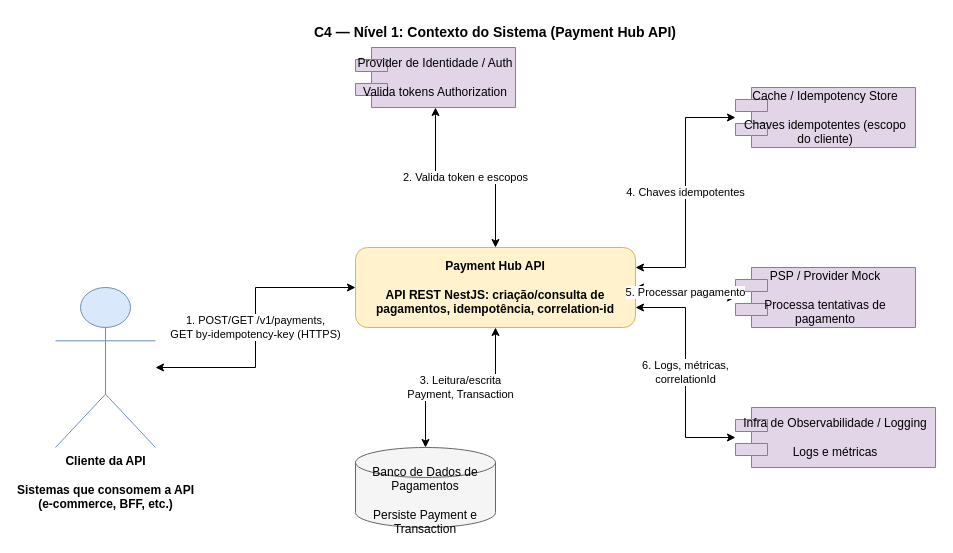
This is docs/c4/diagrams/context.drawio from rianmachado/payment-hub-api, a draw.io file, before an edit. Source tidied: cells renumbered, new cells numbered last; positions are measured from the earlier drawing's top-left corner, leaving out a move shared by most shapes. Both pictures are drawn from the tidied source at 100%, with x=0, y=0 at pixel (55, 17).
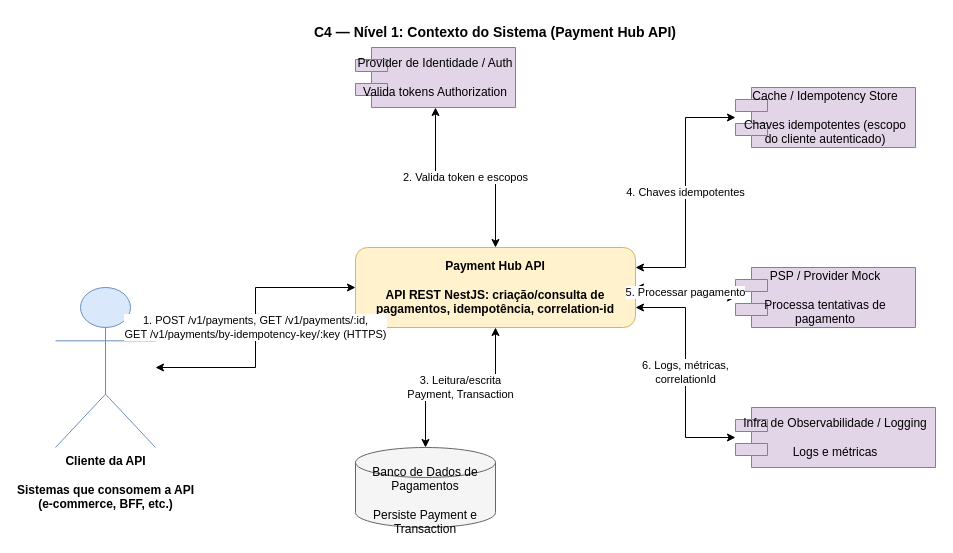
The same page after the edit.

What changed in the source:
```diff
@@
 <mxGraphModel>
   <root>
     <mxCell id="0" />
     <mxCell id="1" parent="0" />
     <mxCell id="2" value="Cliente da API&#10;&#10;Sistemas que consomem a API&#10;(e-commerce, BFF, etc.)" style="shape=umlActor;verticalLabelPosition=bottom;verticalAlign=top;html=1;outlineConnect=0;fillColor=#dae8fc;strokeColor=#6c8ebf;fontStyle=1;" parent="1" vertex="1">
       <mxGeometry y="270" width="100" height="160" as="geometry" />
     </mxCell>
     <mxCell id="3" value="Payment Hub API&#10;&#10;API REST NestJS: criação/consulta de&#10;pagamentos, idempotência, correlation-id" style="rounded=1;whiteSpace=wrap;html=1;fillColor=#fff2cc;strokeColor=#d6b656;fontStyle=1;" parent="1" vertex="1">
       <mxGeometry x="300" y="230" width="280" height="80" as="geometry" />
     </mxCell>
     <mxCell id="4" value="Provider de Identidade / Auth&#10;&#10;Valida tokens Authorization" style="shape=component;whiteSpace=wrap;html=1;fillColor=#e1d5e7;strokeColor=#9673a6;" parent="1" vertex="1">
       <mxGeometry x="300" y="30" width="160" height="60" as="geometry" />
     </mxCell>
     <mxCell id="5" value="Banco de Dados de Pagamentos&#10;&#10;Persiste Payment e Transaction" style="shape=cylinder3;whiteSpace=wrap;html=1;boundedLbl=1;backgroundOutline=1;size=15;fillColor=#f5f5f5;strokeColor=#666666;" parent="1" vertex="1">
       <mxGeometry x="300" y="430" width="140" height="80" as="geometry" />
     </mxCell>
-    <mxCell id="6" value="Cache / Idempotency Store&#10;&#10;Chaves idempotentes (escopo do cliente)" style="shape=component;whiteSpace=wrap;html=1;fillColor=#e1d5e7;strokeColor=#9673a6;" parent="1" vertex="1">
+    <mxCell id="6" value="Cache / Idempotency Store&#10;&#10;Chaves idempotentes (escopo do cliente autenticado)" style="shape=component;whiteSpace=wrap;html=1;fillColor=#e1d5e7;strokeColor=#9673a6;" parent="1" vertex="1">
       <mxGeometry x="680" y="70" width="180" height="60" as="geometry" />
     </mxCell>
     <mxCell id="7" value="PSP / Provider Mock&#10;&#10;Processa tentativas de pagamento" style="shape=component;whiteSpace=wrap;html=1;fillColor=#e1d5e7;strokeColor=#9673a6;" parent="1" vertex="1">
       <mxGeometry x="680" y="250" width="180" height="60" as="geometry" />
     </mxCell>
     <mxCell id="8" value="Infra de Observabilidade / Logging&#10;&#10;Logs e métricas" style="shape=component;whiteSpace=wrap;html=1;fillColor=#e1d5e7;strokeColor=#9673a6;" parent="1" vertex="1">
       <mxGeometry x="680" y="390" width="200" height="60" as="geometry" />
     </mxCell>
-    <mxCell id="9" value="1. POST/GET /v1/payments,&#10;GET by-idempotency-key (HTTPS)" style="edgeStyle=orthogonalEdgeStyle;html=1;rounded=0;exitX=1;exitY=0.5;exitDx=0;exitDy=0;entryX=0;entryY=0.5;entryDx=0;entryDy=0;endArrow=classic;startArrow=classic;" parent="1" edge="1" source="2" target="3">
+    <mxCell id="9" value="1. POST /v1/payments, GET /v1/payments/:id,&#10;GET /v1/payments/by-idempotency-key/:key (HTTPS)" style="edgeStyle=orthogonalEdgeStyle;html=1;rounded=0;exitX=1;exitY=0.5;exitDx=0;exitDy=0;entryX=0;entryY=0.5;entryDx=0;entryDy=0;endArrow=classic;startArrow=classic;" parent="1" edge="1" source="2" target="3">
       <mxGeometry relative="1" as="geometry" />
     </mxCell>
     <mxCell id="10" value="2. Valida token e escopos" style="edgeStyle=orthogonalEdgeStyle;html=1;rounded=0;exitX=0.5;exitY=0;exitDx=0;exitDy=0;entryX=0.5;entryY=1;entryDx=0;entryDy=0;endArrow=classic;startArrow=classic;" parent="1" edge="1" source="3" target="4">
       <mxGeometry relative="1" as="geometry" />
     </mxCell>
     <mxCell id="11" value="3. Leitura/escrita&#10;Payment, Transaction" style="edgeStyle=orthogonalEdgeStyle;html=1;rounded=0;exitX=0.5;exitY=1;exitDx=0;exitDy=0;entryX=0.5;entryY=0;entryDx=0;entryDy=0;endArrow=classic;startArrow=classic;" parent="1" edge="1" source="3" target="5">
       <mxGeometry relative="1" as="geometry" />
     </mxCell>
     <mxCell id="12" value="4. Chaves idempotentes" style="edgeStyle=orthogonalEdgeStyle;html=1;rounded=0;exitX=1;exitY=0.25;exitDx=0;exitDy=0;entryX=0;entryY=0.5;entryDx=0;entryDy=0;endArrow=classic;startArrow=classic;" parent="1" edge="1" source="3" target="6">
       <mxGeometry relative="1" as="geometry" />
     </mxCell>
     <mxCell id="13" value="5. Processar pagamento" style="edgeStyle=orthogonalEdgeStyle;html=1;rounded=0;exitX=1;exitY=0.5;exitDx=0;exitDy=0;entryX=0;entryY=0.5;entryDx=0;entryDy=0;endArrow=classic;startArrow=classic;" parent="1" edge="1" source="3" target="7">
       <mxGeometry relative="1" as="geometry" />
     </mxCell>
     <mxCell id="14" value="6. Logs, métricas,&#10;correlationId" style="edgeStyle=orthogonalEdgeStyle;html=1;rounded=0;exitX=1;exitY=0.75;exitDx=0;exitDy=0;entryX=0;entryY=0.5;entryDx=0;entryDy=0;endArrow=classic;startArrow=classic;" parent="1" edge="1" source="3" target="8">
       <mxGeometry relative="1" as="geometry" />
     </mxCell>
     <mxCell id="15" value="C4 — Nível 1: Contexto do Sistema (Payment Hub API)" style="text;html=1;strokeColor=none;fillColor=none;align=center;verticalAlign=middle;whiteSpace=wrap;rounded=0;fontStyle=1;fontSize=14;" parent="1" vertex="1">
       <mxGeometry x="240" width="400" height="30" as="geometry" />
     </mxCell>
   </root>
 </mxGraphModel>
```
